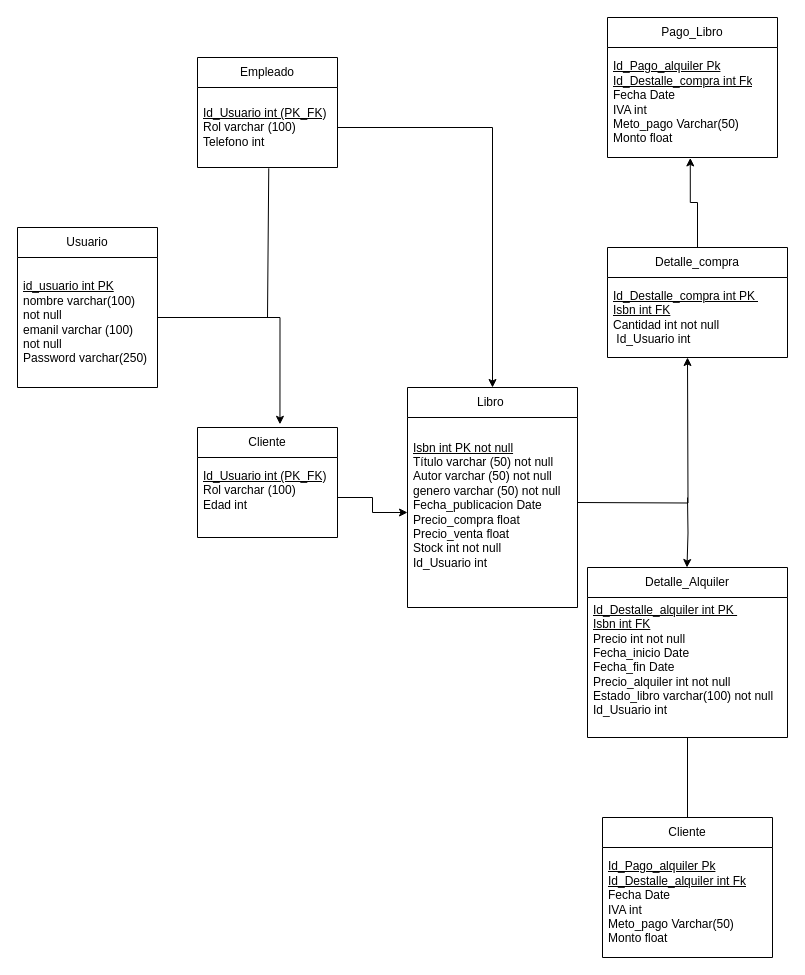
The draw.io diagram Bases de Datos/Diagrama- Modelo relacional .drawio in UserUnknown27/ProyectoFinDeCursoGrupo5, before the edit. Source tidied: cells renumbered, new cells numbered last; positions are measured from the earlier drawing's top-left corner, leaving out a move shared by most shapes. Both pictures are drawn from the tidied source at 100%, with x=0, y=0 at pixel (17, 17).
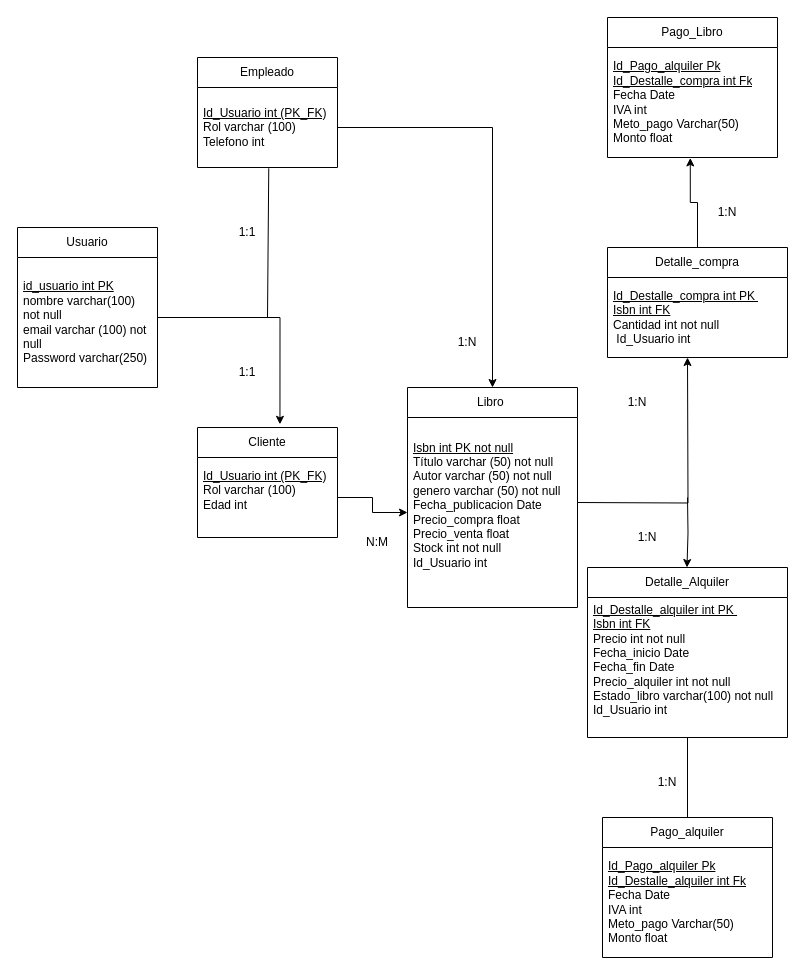
The same page after the edit.

Commit message (it also covers changes not shown here):
Actualizacion de diagramas, para BD y Entornos de Desarrollo.

The change refers to these unchanged cells:
```xml
<mxCell id="2" value="Usuario" style="swimlane;fontStyle=0;horizontal=1;startSize=30;whiteSpace=wrap;html=1;" parent="1" vertex="1">
  <mxGeometry y="210" width="140" height="160" as="geometry" />
</mxCell>
```

Change to the diagram source:
```diff
@@
-    <mxCell id="3" value="&lt;u&gt;id_usuario int PK&lt;/u&gt;&lt;div&gt;&lt;div&gt;nombre varchar(100) not null&lt;/div&gt;&lt;div&gt;emanil varchar (100) not null&lt;/div&gt;&lt;div&gt;Password varchar(250)&lt;/div&gt;&lt;/div&gt;" style="text;strokeColor=none;fillColor=none;align=left;verticalAlign=middle;spacingLeft=4;spacingRight=4;overflow=hidden;points=[[0,0.5],[1,0.5]];portConstraint=eastwest;whiteSpace=wrap;html=1;" parent="2" vertex="1">
+    <mxCell id="3" value="&lt;u&gt;id_usuario int PK&lt;/u&gt;&lt;div&gt;&lt;div&gt;nombre varchar(100) not null&lt;/div&gt;&lt;div&gt;email varchar (100) not null&lt;/div&gt;&lt;div&gt;Password varchar(250)&lt;/div&gt;&lt;/div&gt;" style="text;strokeColor=none;fillColor=none;align=left;verticalAlign=middle;spacingLeft=4;spacingRight=4;overflow=hidden;points=[[0,0.5],[1,0.5]];portConstraint=eastwest;whiteSpace=wrap;html=1;" parent="2" vertex="1">
       <mxGeometry y="30" width="140" height="130" as="geometry" />
     </mxCell>
@@
-    <mxCell id="18" value="Cliente" style="swimlane;fontStyle=0;horizontal=1;startSize=30;whiteSpace=wrap;html=1;" parent="1" vertex="1">
+    <mxCell id="18" value="Pago_alquiler" style="swimlane;fontStyle=0;horizontal=1;startSize=30;whiteSpace=wrap;html=1;" parent="1" vertex="1">
       <mxGeometry x="585" y="800" width="170" height="140" as="geometry" />
     </mxCell>
@@
+    <mxCell id="26" value="1:N" style="text;html=1;whiteSpace=wrap;strokeColor=none;fillColor=none;align=center;verticalAlign=middle;rounded=0;" parent="1" vertex="1">
+      <mxGeometry x="590" y="370" width="60" height="30" as="geometry" />
+    </mxCell>
+    <mxCell id="27" value="1:N" style="text;html=1;whiteSpace=wrap;strokeColor=none;fillColor=none;align=center;verticalAlign=middle;rounded=0;" parent="1" vertex="1">
+      <mxGeometry x="600" y="505" width="60" height="30" as="geometry" />
+    </mxCell>
+    <mxCell id="28" value="1:1" style="text;html=1;whiteSpace=wrap;strokeColor=none;fillColor=none;align=center;verticalAlign=middle;rounded=0;" parent="1" vertex="1">
+      <mxGeometry x="200" y="200" width="60" height="30" as="geometry" />
+    </mxCell>
+    <mxCell id="29" value="1:1" style="text;html=1;whiteSpace=wrap;strokeColor=none;fillColor=none;align=center;verticalAlign=middle;rounded=0;" parent="1" vertex="1">
+      <mxGeometry x="200" y="340" width="60" height="30" as="geometry" />
+    </mxCell>
+    <mxCell id="30" value="1:N" style="text;html=1;whiteSpace=wrap;strokeColor=none;fillColor=none;align=center;verticalAlign=middle;rounded=0;" parent="1" vertex="1">
+      <mxGeometry x="420" y="310" width="60" height="30" as="geometry" />
+    </mxCell>
+    <mxCell id="31" value="N:M" style="text;html=1;whiteSpace=wrap;strokeColor=none;fillColor=none;align=center;verticalAlign=middle;rounded=0;" parent="1" vertex="1">
+      <mxGeometry x="330" y="510" width="60" height="30" as="geometry" />
+    </mxCell>
+    <mxCell id="32" value="1:N" style="text;html=1;whiteSpace=wrap;strokeColor=none;fillColor=none;align=center;verticalAlign=middle;rounded=0;" parent="1" vertex="1">
+      <mxGeometry x="680" y="180" width="60" height="30" as="geometry" />
+    </mxCell>
+    <mxCell id="33" value="1:N" style="text;html=1;whiteSpace=wrap;strokeColor=none;fillColor=none;align=center;verticalAlign=middle;rounded=0;" parent="1" vertex="1">
+      <mxGeometry x="620" y="750" width="60" height="30" as="geometry" />
+    </mxCell>
```
